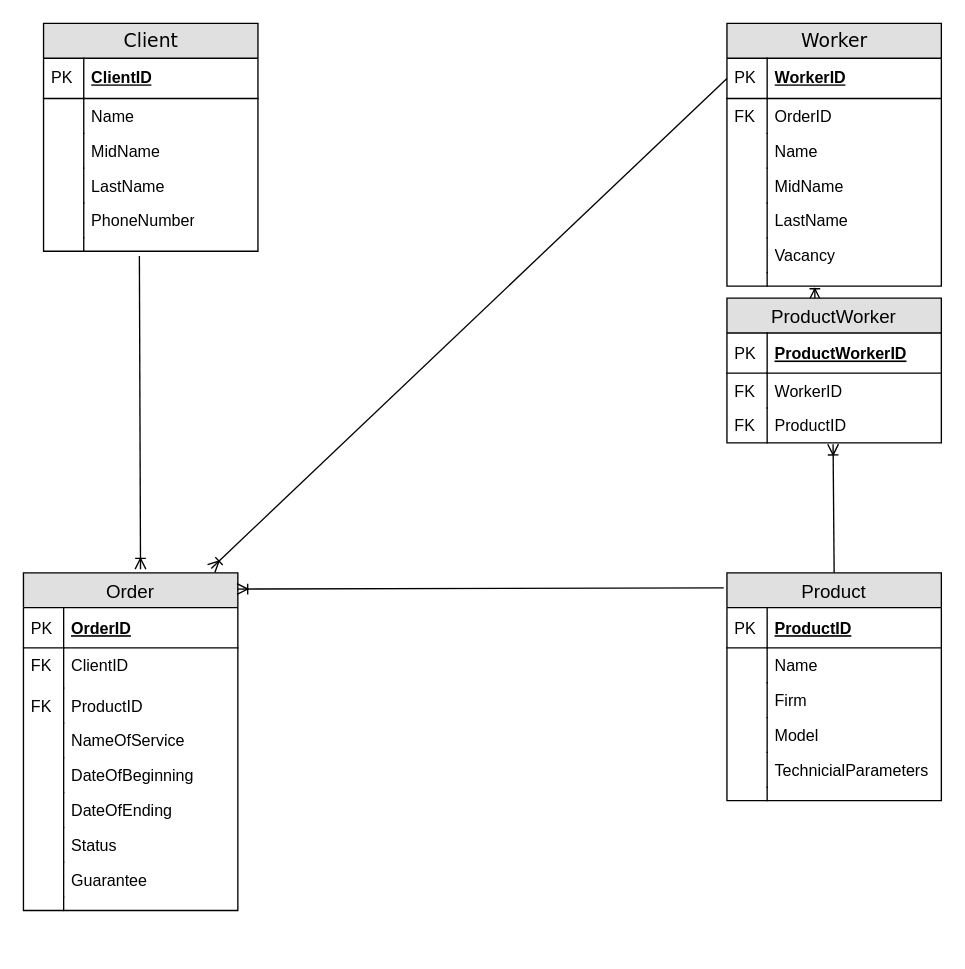
This is Development of a software application.drawio from duxa2089/entity-relationship-model, a draw.io file, before an edit. Source tidied: cells renumbered, new cells numbered last; positions are measured from the earlier drawing's top-left corner, leaving out a move shared by most shapes. Both pictures are drawn from the tidied source at 134%, with x=0, y=0 at pixel (23, 23).
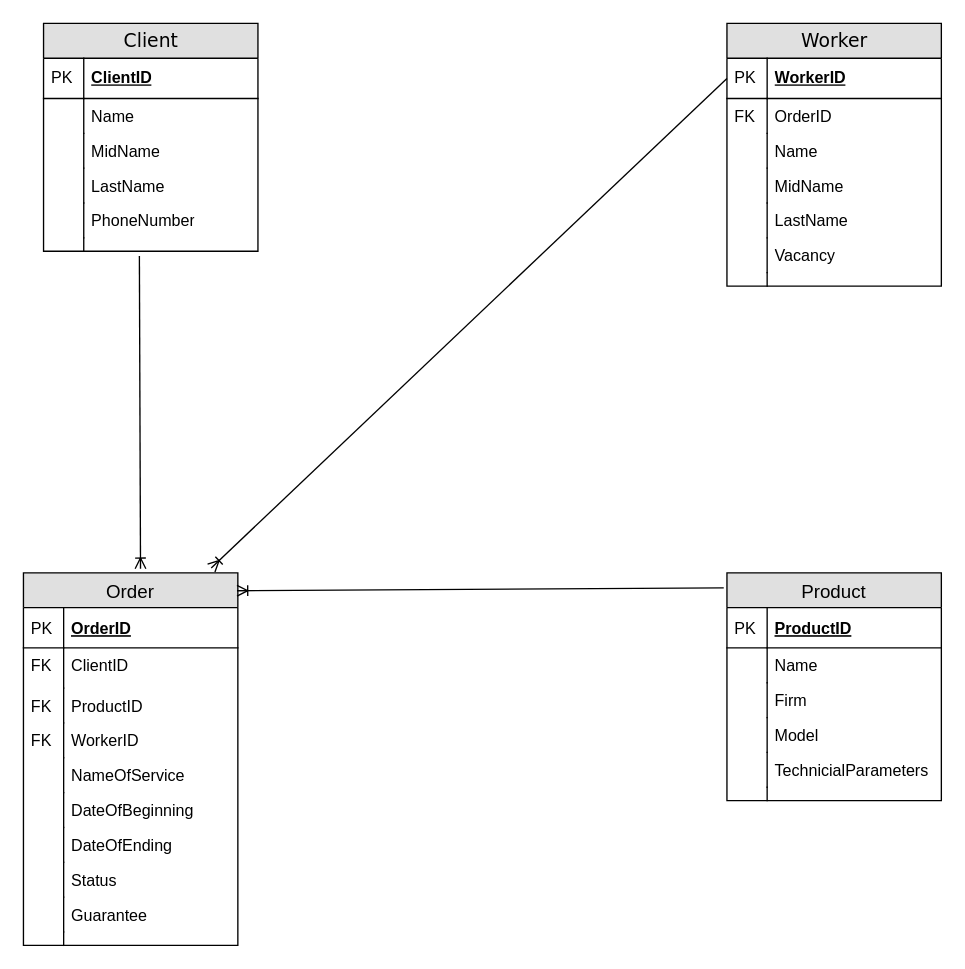
The same page after the edit.

The change refers to these unchanged cells:
```xml
<mxCell id="28" style="shape=partialRectangle;top=0;left=0;right=0;bottom=0;html=1;align=left;verticalAlign=top;fillColor=none;spacingLeft=34;spacingRight=4;whiteSpace=wrap;overflow=hidden;points=[[0,0.5],[1,0.5]];portConstraint=eastwest;" parent="15" vertex="1">
  <mxGeometry y="186" width="160" height="10" as="geometry" />
</mxCell>
<mxCell id="49" value="Product" style="swimlane;fontStyle=0;horizontal=1;startSize=26;fillColor=#e0e0e0;swimlaneFillColor=#ffffff;align=center;fontSize=14;" parent="1" vertex="1">
  <mxGeometry x="525" y="410" width="160" height="170" as="geometry" />
</mxCell>
```

Diff of the diagram source:
```diff
@@
     <mxCell id="30" value="Order" style="swimlane;fontStyle=0;horizontal=1;startSize=26;fillColor=#e0e0e0;swimlaneFillColor=#ffffff;align=center;fontSize=14;" parent="1" vertex="1">
-      <mxGeometry y="410" width="160" height="252" as="geometry" />
+      <mxGeometry y="410" width="160" height="278" as="geometry" />
     </mxCell>
@@
+    <mxCell id="67" value="WorkerID" style="shape=partialRectangle;top=0;left=0;right=0;bottom=0;align=left;verticalAlign=top;fillColor=none;spacingLeft=34;spacingRight=4;overflow=hidden;fontSize=12;" parent="30" vertex="1">
+      <mxGeometry y="112" width="160" height="26" as="geometry" />
+    </mxCell>
+    <mxCell id="74" value="FK" style="shape=partialRectangle;top=0;left=0;bottom=0;fillColor=none;align=left;verticalAlign=top;spacingLeft=4;spacingRight=4;overflow=hidden;fontSize=12;" parent="67" vertex="1">
+      <mxGeometry width="30" height="26" as="geometry" />
+    </mxCell>
     <mxCell id="37" value="NameOfService" style="shape=partialRectangle;top=0;left=0;right=0;bottom=0;align=left;verticalAlign=top;fillColor=none;spacingLeft=34;spacingRight=4;overflow=hidden;fontSize=12;" parent="30" vertex="1">
-      <mxGeometry y="112" width="160" height="26" as="geometry" />
+      <mxGeometry y="138" width="160" height="26" as="geometry" />
     </mxCell>
@@
     <mxCell id="39" value="DateOfBeginning" style="shape=partialRectangle;top=0;left=0;right=0;bottom=0;align=left;verticalAlign=top;fillColor=none;spacingLeft=34;spacingRight=4;overflow=hidden;fontSize=12;" parent="30" vertex="1">
-      <mxGeometry y="138" width="160" height="26" as="geometry" />
+      <mxGeometry y="164" width="160" height="26" as="geometry" />
     </mxCell>
@@
     <mxCell id="41" value="DateOfEnding" style="shape=partialRectangle;top=0;left=0;right=0;bottom=0;align=left;verticalAlign=top;fillColor=none;spacingLeft=34;spacingRight=4;overflow=hidden;fontSize=12;" parent="30" vertex="1">
-      <mxGeometry y="164" width="160" height="26" as="geometry" />
+      <mxGeometry y="190" width="160" height="26" as="geometry" />
     </mxCell>
@@
     <mxCell id="43" value="Status" style="shape=partialRectangle;top=0;left=0;right=0;bottom=0;align=left;verticalAlign=top;fillColor=none;spacingLeft=34;spacingRight=4;overflow=hidden;fontSize=12;" parent="30" vertex="1">
-      <mxGeometry y="190" width="160" height="26" as="geometry" />
+      <mxGeometry y="216" width="160" height="26" as="geometry" />
     </mxCell>
@@
     <mxCell id="45" value="Guarantee" style="shape=partialRectangle;top=0;left=0;right=0;bottom=0;align=left;verticalAlign=top;fillColor=none;spacingLeft=34;spacingRight=4;overflow=hidden;fontSize=12;" parent="30" vertex="1">
-      <mxGeometry y="216" width="160" height="26" as="geometry" />
+      <mxGeometry y="242" width="160" height="26" as="geometry" />
     </mxCell>
@@
     <mxCell id="47" style="shape=partialRectangle;top=0;left=0;right=0;bottom=0;align=left;verticalAlign=top;fillColor=none;spacingLeft=34;spacingRight=4;overflow=hidden;fontSize=12;" parent="30" vertex="1">
-      <mxGeometry y="242" width="160" height="10" as="geometry" />
+      <mxGeometry y="268" width="160" height="10" as="geometry" />
     </mxCell>
@@
-    <mxCell id="62" style="fontSize=12;html=1;endArrow=ERoneToMany;exitX=0.5;exitY=0;exitDx=0;exitDy=0;entryX=0.495;entryY=1.038;entryDx=0;entryDy=0;entryPerimeter=0;" parent="1" edge="1" source="49" target="69">
-      <mxGeometry relative="1" as="geometry" />
-    </mxCell>
-    <mxCell id="63" style="fontSize=12;html=1;endArrow=ERoneToMany;exitX=0.41;exitY=1.28;exitDx=0;exitDy=0;exitPerimeter=0;entryX=0.41;entryY=0.009;entryDx=0;entryDy=0;entryPerimeter=0;" parent="1" edge="1" source="28" target="64">
-      <mxGeometry relative="1" as="geometry" />
-    </mxCell>
-    <mxCell id="64" value="ProductWorker" style="swimlane;fontStyle=0;horizontal=1;startSize=26;fillColor=#e0e0e0;swimlaneFillColor=#ffffff;align=center;fontSize=14;" parent="1" vertex="1">
-      <mxGeometry x="525" y="205" width="160" height="108" as="geometry" />
-    </mxCell>
-    <mxCell id="65" value="ProductWorkerID" style="shape=partialRectangle;top=0;left=0;right=0;bottom=1;align=left;verticalAlign=middle;fillColor=none;spacingLeft=34;spacingRight=4;overflow=hidden;fontStyle=5;fontSize=12;" parent="64" vertex="1">
-      <mxGeometry y="26" width="160" height="30" as="geometry" />
-    </mxCell>
-    <mxCell id="66" value="PK" style="shape=partialRectangle;top=0;left=0;bottom=0;fillColor=none;align=left;verticalAlign=middle;spacingLeft=4;spacingRight=4;overflow=hidden;fontSize=12;" parent="65" vertex="1">
-      <mxGeometry width="30" height="30" as="geometry" />
-    </mxCell>
-    <mxCell id="67" value="WorkerID" style="shape=partialRectangle;top=0;left=0;right=0;bottom=0;align=left;verticalAlign=top;fillColor=none;spacingLeft=34;spacingRight=4;overflow=hidden;fontSize=12;" parent="64" vertex="1">
-      <mxGeometry y="56" width="160" height="26" as="geometry" />
-    </mxCell>
-    <mxCell id="68" value="FK" style="shape=partialRectangle;top=0;left=0;bottom=0;fillColor=none;align=left;verticalAlign=top;spacingLeft=4;spacingRight=4;overflow=hidden;fontSize=12;" parent="67" vertex="1">
-      <mxGeometry width="30" height="26" as="geometry" />
-    </mxCell>
-    <mxCell id="69" value="ProductID" style="shape=partialRectangle;top=0;left=0;right=0;bottom=0;align=left;verticalAlign=top;fillColor=none;spacingLeft=34;spacingRight=4;overflow=hidden;points=[[0,0.5],[1,0.5]];portConstraint=eastwest;fontSize=12;" parent="64" vertex="1">
-      <mxGeometry y="82" width="160" height="26" as="geometry" />
-    </mxCell>
-    <mxCell id="70" value="FK" style="shape=partialRectangle;top=0;left=0;bottom=0;fillColor=none;align=left;verticalAlign=top;spacingLeft=4;spacingRight=4;overflow=hidden;fontSize=12;" parent="69" vertex="1">
-      <mxGeometry width="30" height="26" as="geometry" />
-    </mxCell>
```
